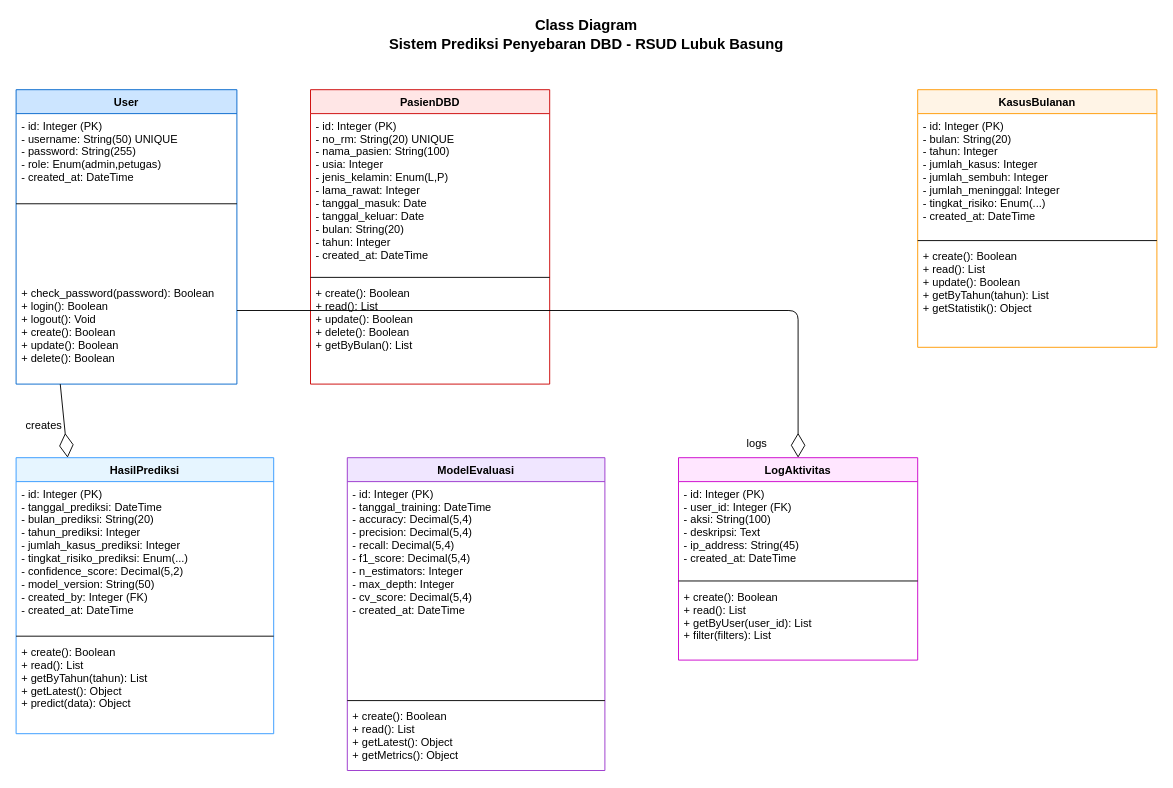
The draw.io diagram Dokumen/UML/class_diagram.drawio in Suwardi87/prediksi-DBD, before the edit. Source tidied: cells renumbered, new cells numbered last; positions are measured from the earlier drawing's top-left corner, leaving out a move shared by most shapes. Both pictures are drawn from the tidied source at 92%, with x=0, y=0 at pixel (16, 16).
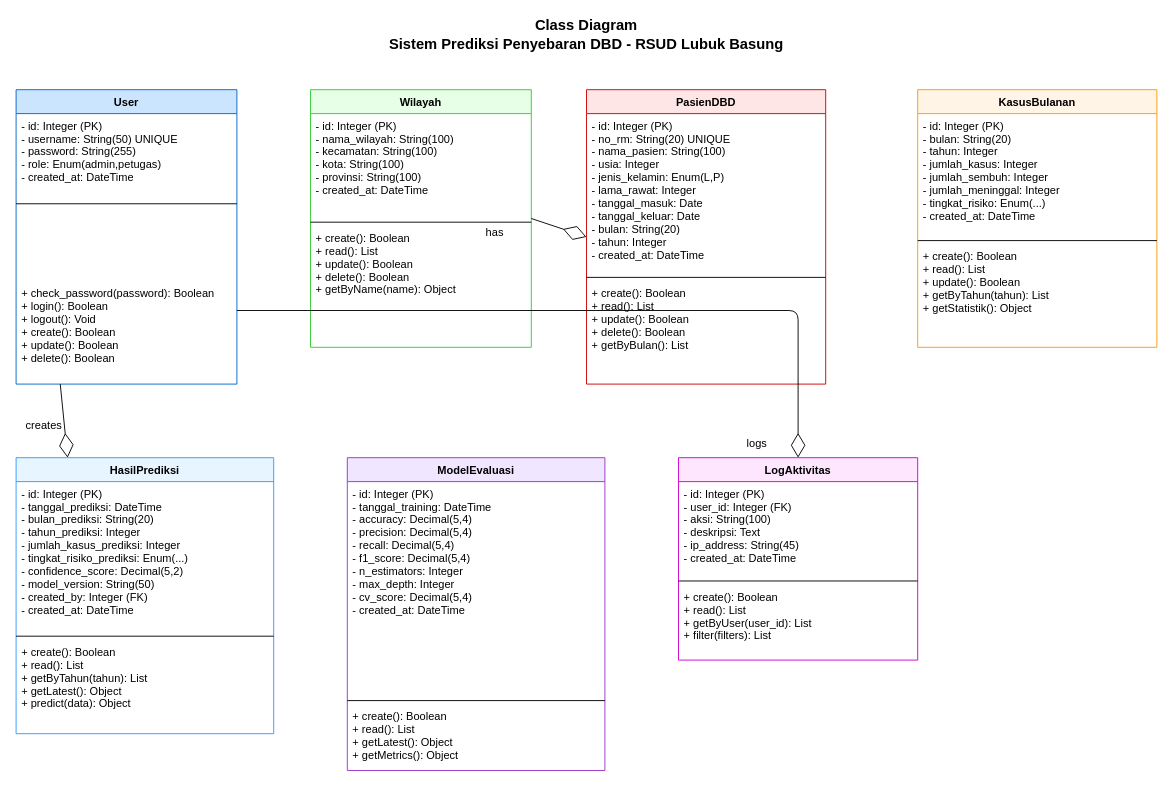
The same diagram, later.

The edit, as a diff of the source:
```diff
@@
+    <mxCell id="31" value="Wilayah" style="swimlane;fontStyle=1;align=center;verticalAlign=top;horizontal=1;startSize=26;fillColor=#E6FFE6;strokeColor=#33CC33;" parent="1" vertex="1">
+      <mxGeometry x="320" y="80" width="240" height="280" as="geometry" />
+    </mxCell>
+    <mxCell id="32" value="- id: Integer (PK)&#10;- nama_wilayah: String(100)&#10;- kecamatan: String(100)&#10;- kota: String(100)&#10;- provinsi: String(100)&#10;- created_at: DateTime" style="text;strokeColor=none;fillColor=none;align=left;verticalAlign=top;spacingLeft=4;spacingRight=4;overflow=hidden;" parent="31" vertex="1">
+      <mxGeometry y="26" width="240" height="114" as="geometry" />
+    </mxCell>
+    <mxCell id="33" style="line;strokeWidth=1;fillColor=none;align=left;verticalAlign=middle;spacingTop=-1;spacingLeft=3;spacingRight=3;labelPosition=right;" parent="31" vertex="1">
+      <mxGeometry y="140" width="240" height="8" as="geometry" />
+    </mxCell>
+    <mxCell id="34" value="+ create(): Boolean&#10;+ read(): List&#10;+ update(): Boolean&#10;+ delete(): Boolean&#10;+ getByName(name): Object" style="text;strokeColor=none;fillColor=none;align=left;verticalAlign=top;spacingLeft=4;spacingRight=4;overflow=hidden;" parent="31" vertex="1">
+      <mxGeometry y="148" width="240" height="102" as="geometry" />
+    </mxCell>
     <mxCell id="7" value="PasienDBD" style="swimlane;fontStyle=1;align=center;verticalAlign=top;horizontal=1;startSize=26;fillColor=#FFE6E6;strokeColor=#CC0000;" parent="1" vertex="1">
-      <mxGeometry x="320" y="80" width="260" height="320" as="geometry" />
+      <mxGeometry x="620" y="80" width="260" height="320" as="geometry" />
     </mxCell>
@@
+    <mxCell id="35" style="endArrow=diamondThin;endFill=0;endSize=24;html=1;exitX=1;exitY=0.5;exitDx=0;exitDy=0;entryX=0;entryY=0.5;entryDx=0;entryDy=0;" parent="1" edge="1" source="31" target="7">
+      <mxGeometry relative="1" as="geometry" />
+    </mxCell>
+    <mxCell id="36" value="has" style="text;html=1;align=center;verticalAlign=middle;" parent="1" vertex="1">
+      <mxGeometry x="500" y="220" width="40" height="30" as="geometry" />
+    </mxCell>
```
